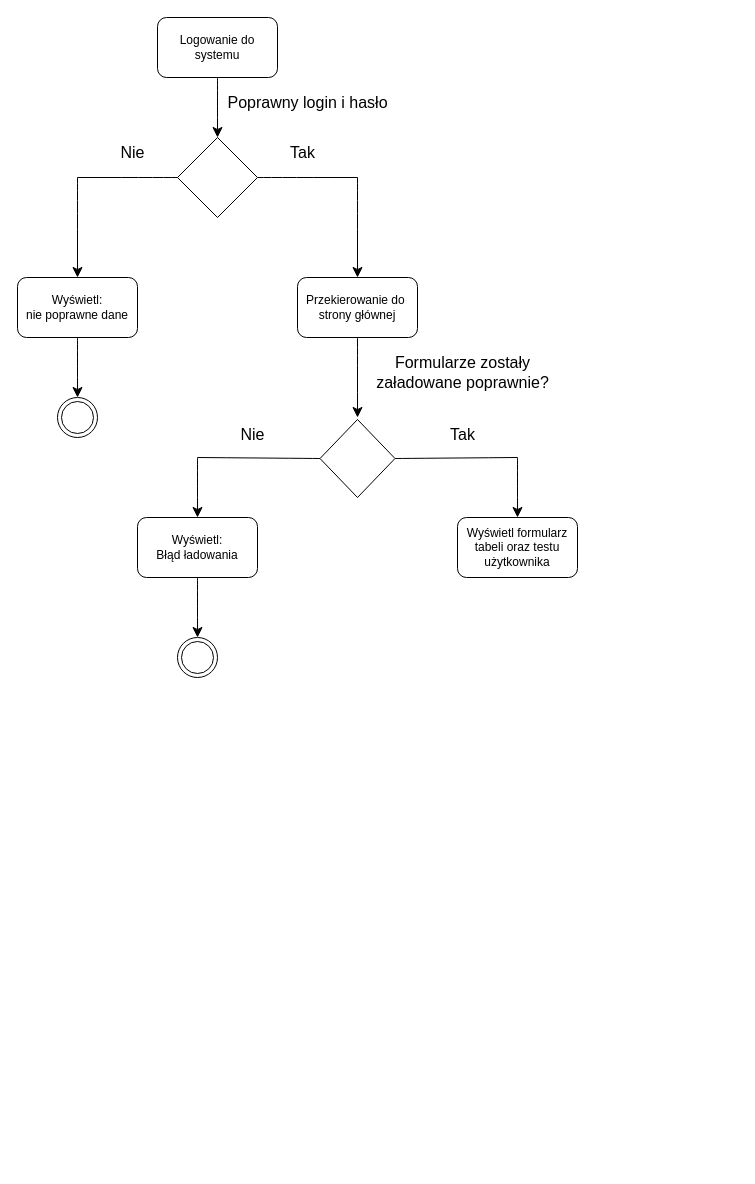
Chill62/Diagram-egzamin keeps this draw.io diagram as diagram/Diagram bez tytułu.drawio. Above is the earlier version. Source tidied: cells renumbered, new cells numbered last; positions are measured from the earlier drawing's top-left corner, leaving out a move shared by most shapes. Both pictures are drawn from the tidied source at 100%, with x=0, y=0 at pixel (17, 17).
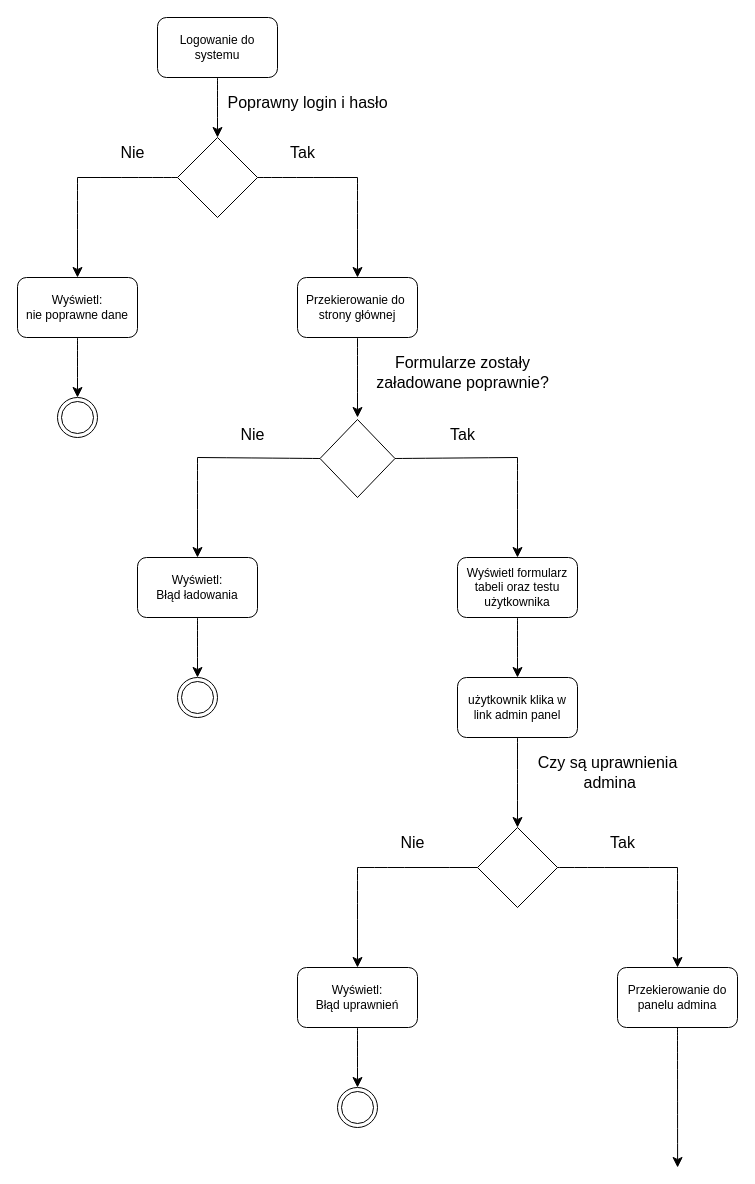
After the change.

Commit message:
admin panel diagram

The edit, as a diff of the source:
```diff
@@
-    <mxCell id="23" style="edgeStyle=none;curved=1;rounded=0;orthogonalLoop=1;jettySize=auto;html=1;fontSize=12;startSize=8;endSize=8;endArrow=classic;endFill=1;" parent="1" edge="1">
+    <mxCell id="23" style="edgeStyle=none;curved=1;rounded=0;jettySize=auto;html=1;fontSize=12;startSize=8;endSize=8;endArrow=classic;endFill=1;entryX=0.5;entryY=0;entryDx=0;entryDy=0;" parent="1" edge="1" target="25">
       <mxGeometry relative="1" as="geometry">
         <mxPoint x="180" y="440" as="sourcePoint" />
-        <mxPoint x="180" y="500" as="targetPoint" />
       </mxGeometry>
     </mxCell>
-    <mxCell id="24" style="edgeStyle=none;curved=1;rounded=0;jettySize=auto;html=1;exitX=0.5;exitY=1;exitDx=0;exitDy=0;fontSize=12;startSize=8;endSize=8;" parent="1" edge="1" source="25">
-      <mxGeometry relative="1" as="geometry">
-        <mxPoint x="180" y="620" as="targetPoint" />
-      </mxGeometry>
+    <mxCell id="24" style="edgeStyle=none;curved=1;rounded=0;jettySize=auto;html=1;exitX=0.5;exitY=1;exitDx=0;exitDy=0;fontSize=12;startSize=8;endSize=8;entryX=0.5;entryY=0;entryDx=0;entryDy=0;" parent="1" edge="1" source="25" target="26">
+      <mxGeometry relative="1" as="geometry" />
     </mxCell>
     <mxCell id="25" value="Wyświetl:&lt;div&gt;Błąd ładowania&lt;/div&gt;" style="rounded=1;whiteSpace=wrap;html=1;" parent="1" vertex="1">
-      <mxGeometry x="120" y="500" width="120" height="60" as="geometry" />
+      <mxGeometry x="120" y="540" width="120" height="60" as="geometry" />
     </mxCell>
     <mxCell id="26" style="ellipse;html=1;shape=endState;" parent="1" vertex="1">
-      <mxGeometry x="160" y="620" width="40" height="40" as="geometry" />
+      <mxGeometry x="160" y="660" width="40" height="40" as="geometry" />
     </mxCell>
-    <mxCell id="27" style="edgeStyle=none;curved=1;rounded=0;orthogonalLoop=1;jettySize=auto;html=1;fontSize=12;startSize=8;endSize=8;endArrow=classic;endFill=1;" parent="1" edge="1">
+    <mxCell id="27" style="edgeStyle=none;curved=1;rounded=0;jettySize=auto;html=1;fontSize=12;startSize=8;endSize=8;endArrow=classic;endFill=1;entryX=0.5;entryY=0;entryDx=0;entryDy=0;" parent="1" edge="1" target="28">
       <mxGeometry relative="1" as="geometry">
         <mxPoint x="500" y="440" as="sourcePoint" />
-        <mxPoint x="500" y="500" as="targetPoint" />
       </mxGeometry>
     </mxCell>
     <mxCell id="28" value="Wyświetl formularz tabeli oraz testu użytkownika" style="whiteSpace=wrap;html=1;rounded=1;" parent="1" vertex="1">
-      <mxGeometry x="440" y="500" width="120" height="60" as="geometry" />
+      <mxGeometry x="440" y="540" width="120" height="60" as="geometry" />
     </mxCell>
+    <mxCell id="29" style="edgeStyle=none;curved=1;rounded=0;jettySize=auto;html=1;exitX=0.5;exitY=1;exitDx=0;exitDy=0;fontSize=12;startSize=8;endSize=8;entryX=0.5;entryY=0;entryDx=0;entryDy=0;" parent="1" edge="1" source="30" target="32">
+      <mxGeometry relative="1" as="geometry" />
+    </mxCell>
+    <mxCell id="30" value="użytkownik klika w link admin panel" style="rounded=1;whiteSpace=wrap;html=1;rotation=0;" parent="1" vertex="1">
+      <mxGeometry x="440" y="660" width="120" height="60" as="geometry" />
+    </mxCell>
+    <mxCell id="31" style="edgeStyle=none;curved=1;rounded=0;jettySize=auto;html=1;exitX=0.5;exitY=1;exitDx=0;exitDy=0;fontSize=12;startSize=8;endSize=8;entryX=0.5;entryY=0;entryDx=0;entryDy=0;" parent="1" edge="1" source="28" target="30">
+      <mxGeometry relative="1" as="geometry" />
+    </mxCell>
+    <mxCell id="32" style="rhombus;whiteSpace=wrap;html=1;" parent="1" vertex="1">
+      <mxGeometry x="460" y="810" width="80" height="80" as="geometry" />
+    </mxCell>
+    <mxCell id="33" style="edgeStyle=none;curved=1;rounded=0;orthogonalLoop=1;jettySize=auto;html=1;fontSize=12;startSize=8;endSize=8;endArrow=none;endFill=0;" parent="1" edge="1">
+      <mxGeometry relative="1" as="geometry">
+        <mxPoint x="340" y="850" as="sourcePoint" />
+        <mxPoint x="460" y="850" as="targetPoint" />
+      </mxGeometry>
+    </mxCell>
+    <mxCell id="34" value="Nie" style="text;html=1;align=center;verticalAlign=middle;strokeColor=none;fillColor=none;fontSize=16;" parent="1" vertex="1">
+      <mxGeometry x="370" y="810" width="50" height="30" as="geometry" />
+    </mxCell>
+    <mxCell id="35" style="edgeStyle=none;curved=1;rounded=0;orthogonalLoop=1;jettySize=auto;html=1;fontSize=12;startSize=8;endSize=8;endArrow=none;endFill=0;" parent="1" edge="1">
+      <mxGeometry relative="1" as="geometry">
+        <mxPoint x="540" y="850" as="sourcePoint" />
+        <mxPoint x="660" y="850" as="targetPoint" />
+      </mxGeometry>
+    </mxCell>
+    <mxCell id="36" value="Tak" style="text;html=1;align=center;verticalAlign=middle;strokeColor=none;fillColor=none;fontSize=16;" parent="1" vertex="1">
+      <mxGeometry x="580" y="810" width="50" height="30" as="geometry" />
+    </mxCell>
+    <mxCell id="37" value="Czy są uprawnienia&lt;br&gt;&amp;nbsp;admina" style="text;html=1;align=center;verticalAlign=middle;strokeColor=none;fillColor=none;fontSize=16;" parent="1" vertex="1">
+      <mxGeometry x="510" y="730" width="160" height="50" as="geometry" />
+    </mxCell>
+    <mxCell id="38" style="edgeStyle=none;curved=1;rounded=0;jettySize=auto;html=1;fontSize=12;startSize=8;endSize=8;endArrow=classic;endFill=1;entryX=0.5;entryY=0;entryDx=0;entryDy=0;" parent="1" edge="1" target="40">
+      <mxGeometry relative="1" as="geometry">
+        <mxPoint x="340" y="850" as="sourcePoint" />
+      </mxGeometry>
+    </mxCell>
+    <mxCell id="39" style="edgeStyle=none;curved=1;rounded=0;jettySize=auto;html=1;exitX=0.5;exitY=1;exitDx=0;exitDy=0;fontSize=12;startSize=8;endSize=8;entryX=0.5;entryY=0;entryDx=0;entryDy=0;" parent="1" edge="1" source="40" target="41">
+      <mxGeometry relative="1" as="geometry" />
+    </mxCell>
+    <mxCell id="40" value="Wyświetl:&lt;div&gt;Błąd uprawnień&lt;/div&gt;" style="rounded=1;whiteSpace=wrap;html=1;" parent="1" vertex="1">
+      <mxGeometry x="280" y="950" width="120" height="60" as="geometry" />
+    </mxCell>
+    <mxCell id="41" style="ellipse;html=1;shape=endState;" parent="1" vertex="1">
+      <mxGeometry x="320" y="1070" width="40" height="40" as="geometry" />
+    </mxCell>
+    <mxCell id="42" style="edgeStyle=none;curved=1;rounded=0;orthogonalLoop=1;jettySize=auto;html=1;fontSize=12;startSize=8;endSize=8;endArrow=classic;endFill=1;entryX=0.5;entryY=0;entryDx=0;entryDy=0;" parent="1" edge="1">
+      <mxGeometry relative="1" as="geometry">
+        <mxPoint x="660" y="850" as="sourcePoint" />
+        <mxPoint x="660" y="950" as="targetPoint" />
+      </mxGeometry>
+    </mxCell>
+    <mxCell id="43" style="edgeStyle=none;curved=1;rounded=0;jettySize=auto;html=1;exitX=0.5;exitY=1;exitDx=0;exitDy=0;fontSize=12;startSize=8;endSize=8;" parent="1" edge="1" source="44">
+      <mxGeometry relative="1" as="geometry">
+        <mxPoint x="660.1" y="1150" as="targetPoint" />
+      </mxGeometry>
+    </mxCell>
+    <mxCell id="44" value="Przekierowanie do panelu admina" style="rounded=1;whiteSpace=wrap;html=1;" parent="1" vertex="1">
+      <mxGeometry x="600" y="950" width="120" height="60" as="geometry" />
+    </mxCell>
```
